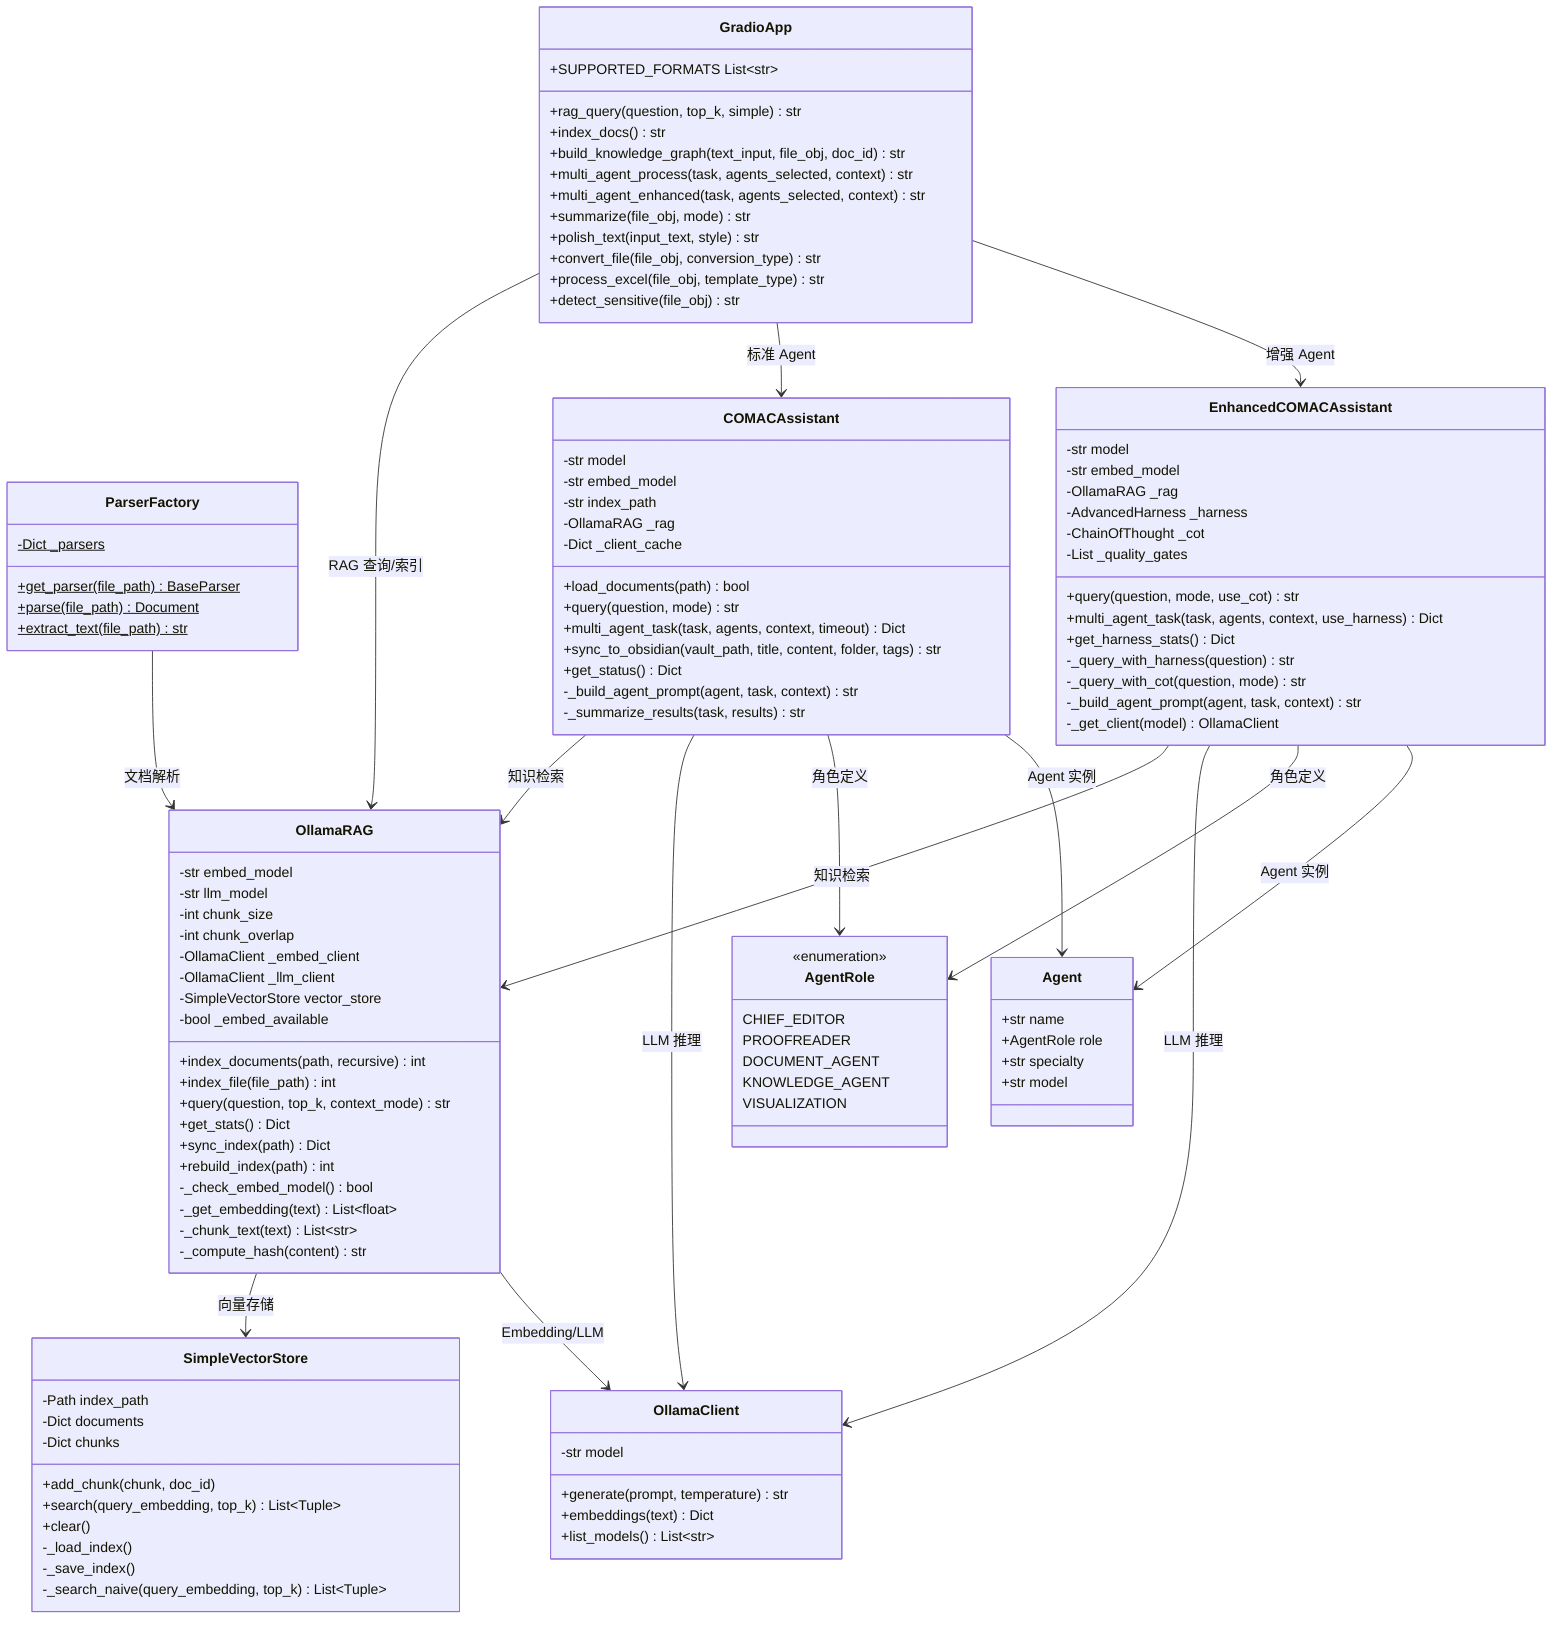
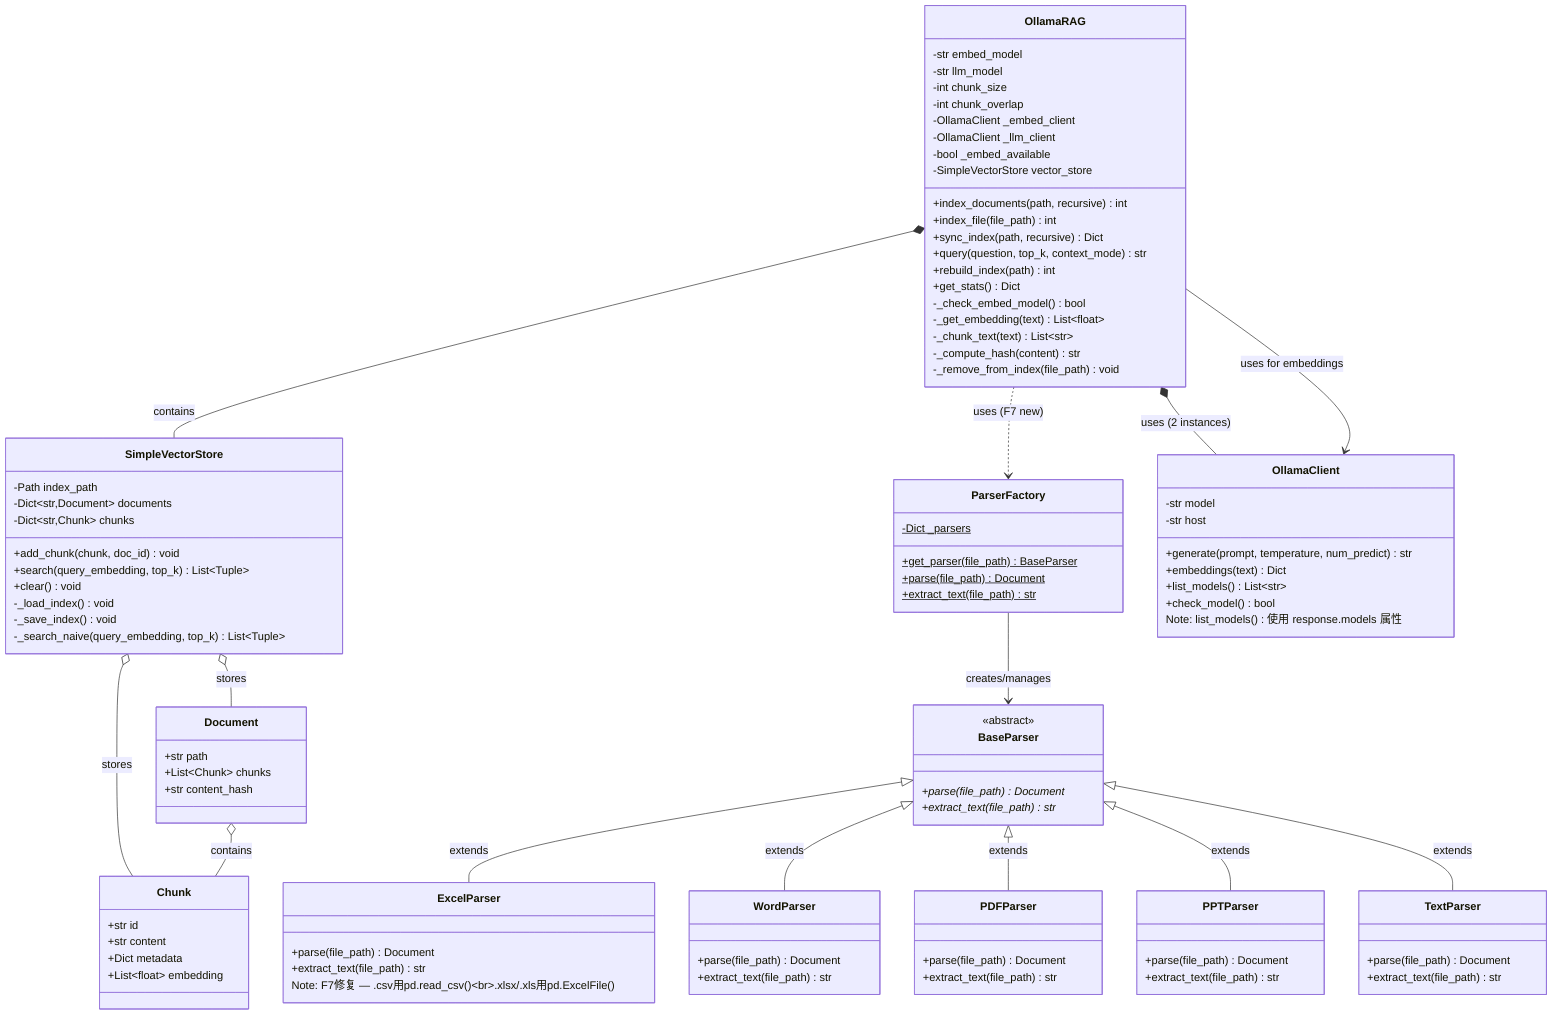
classDiagram
-     class ParserFactory {
-         -Dict _parsers$
-         +get_parser(file_path)$ BaseParser
-         +parse(file_path)$ Document
-         +extract_text(file_path)$ str
-     }
+     %% ============================================================
+     %% RAG 引擎核心类（F7 修复后）
+     %% ============================================================

    class OllamaRAG {
        -str embed_model
        -str llm_model
        -int chunk_size
        -int chunk_overlap
        -OllamaClient _embed_client
        -OllamaClient _llm_client
+         -bool _embed_available
        -SimpleVectorStore vector_store
-         -bool _embed_available
        +index_documents(path, recursive) int
        +index_file(file_path) int
+         +sync_index(path, recursive) Dict
        +query(question, top_k, context_mode) str
+         +rebuild_index(path) int
        +get_stats() Dict
-         +sync_index(path) Dict
-         +rebuild_index(path) int
        -_check_embed_model() bool
        -_get_embedding(text) List~float~
        -_chunk_text(text) List~str~
        -_compute_hash(content) str
+         -_remove_from_index(file_path) void
    }

    class SimpleVectorStore {
        -Path index_path
-         -Dict documents
-         -Dict chunks
-         +add_chunk(chunk, doc_id)
+         -Dict~str,Document~ documents
+         -Dict~str,Chunk~ chunks
+         +add_chunk(chunk, doc_id) void
        +search(query_embedding, top_k) List~Tuple~
-         +clear()
-         -_load_index()
-         -_save_index()
+         +clear() void
+         -_load_index() void
+         -_save_index() void
        -_search_naive(query_embedding, top_k) List~Tuple~
    }

-     class COMACAssistant {
-         -str model
-         -str embed_model
-         -str index_path
-         -OllamaRAG _rag
-         -Dict _client_cache
-         +load_documents(path) bool
-         +query(question, mode) str
-         +multi_agent_task(task, agents, context, timeout) Dict
-         +sync_to_obsidian(vault_path, title, content, folder, tags) str
-         +get_status() Dict
-         -_build_agent_prompt(agent, task, context) str
-         -_summarize_results(task, results) str
+     class Chunk {
+         +str id
+         +str content
+         +Dict metadata
+         +List~float~ embedding
    }

-     class EnhancedCOMACAssistant {
-         -str model
-         -str embed_model
-         -OllamaRAG _rag
-         -AdvancedHarness _harness
-         -ChainOfThought _cot
-         -List _quality_gates
-         +query(question, mode, use_cot) str
-         +multi_agent_task(task, agents, context, use_harness) Dict
-         +get_harness_stats() Dict
-         -_query_with_harness(question) str
-         -_query_with_cot(question, mode) str
-         -_build_agent_prompt(agent, task, context) str
-         -_get_client(model) OllamaClient
+     class Document {
+         +str path
+         +List~Chunk~ chunks
+         +str content_hash
    }

-     class GradioApp {
-         +SUPPORTED_FORMATS List~str~
-         +rag_query(question, top_k, simple) str
-         +index_docs() str
-         +build_knowledge_graph(text_input, file_obj, doc_id) str
-         +multi_agent_process(task, agents_selected, context) str
-         +multi_agent_enhanced(task, agents_selected, context) str
-         +summarize(file_obj, mode) str
-         +polish_text(input_text, style) str
-         +convert_file(file_obj, conversion_type) str
-         +process_excel(file_obj, template_type) str
-         +detect_sensitive(file_obj) str
+     %% ============================================================
+     %% 解析器类层次（F7 修复后）
+     %% ============================================================
+ 
+     class BaseParser {
+         <<abstract>>
+         +parse(file_path)* Document
+         +extract_text(file_path)* str
    }

-     class AgentRole {
-         <<enumeration>>
-         CHIEF_EDITOR
-         PROOFREADER
-         DOCUMENT_AGENT
-         KNOWLEDGE_AGENT
-         VISUALIZATION
+     class ParserFactory {
+         -Dict _parsers$
+         +get_parser(file_path)$ BaseParser
+         +parse(file_path)$ Document
+         +extract_text(file_path)$ str
    }

-     class Agent {
-         +str name
-         +AgentRole role
-         +str specialty
-         +str model
+     class ExcelParser {
+         +parse(file_path) Document
+         +extract_text(file_path) str
+         Note: F7修复 — .csv用pd.read_csv()<br/>.xlsx/.xls用pd.ExcelFile()
    }
+ 
+     class WordParser {
+         +parse(file_path) Document
+         +extract_text(file_path) str
+     }
+ 
+     class PDFParser {
+         +parse(file_path) Document
+         +extract_text(file_path) str
+     }
+ 
+     class PPTParser {
+         +parse(file_path) Document
+         +extract_text(file_path) str
+     }
+ 
+     class TextParser {
+         +parse(file_path) Document
+         +extract_text(file_path) str
+     }
+ 
+     %% ============================================================
+     %% Ollama 客户端（无变更）
+     %% ============================================================

    class OllamaClient {
        -str model
-         +generate(prompt, temperature) str
+         -str host
+         +generate(prompt, temperature, num_predict) str
        +embeddings(text) Dict
        +list_models() List~str~
+         +check_model() bool
+         Note: list_models() 使用 response.models 属性
    }

-     ParserFactory --> OllamaRAG : 文档解析
-     GradioApp --> OllamaRAG : RAG 查询/索引
-     GradioApp --> COMACAssistant : 标准 Agent
-     GradioApp --> EnhancedCOMACAssistant : 增强 Agent
-     COMACAssistant --> OllamaRAG : 知识检索
-     COMACAssistant --> OllamaClient : LLM 推理
-     COMACAssistant --> AgentRole : 角色定义
-     COMACAssistant --> Agent : Agent 实例
-     EnhancedCOMACAssistant --> OllamaRAG : 知识检索
-     EnhancedCOMACAssistant --> OllamaClient : LLM 推理
-     EnhancedCOMACAssistant --> AgentRole : 角色定义
-     EnhancedCOMACAssistant --> Agent : Agent 实例
-     OllamaRAG --> SimpleVectorStore : 向量存储
-     OllamaRAG --> OllamaClient : Embedding/LLM
+     %% ============================================================
+     %% 关系
+     %% ============================================================
+ 
+     OllamaRAG *-- SimpleVectorStore : contains
+     OllamaRAG *-- OllamaClient : uses (2 instances)
+     SimpleVectorStore o-- Chunk : stores
+     SimpleVectorStore o-- Document : stores
+     Document o-- Chunk : contains
+ 
+     BaseParser <|-- ExcelParser : extends
+     BaseParser <|-- WordParser : extends
+     BaseParser <|-- PDFParser : extends
+     BaseParser <|-- PPTParser : extends
+     BaseParser <|-- TextParser : extends
+ 
+     ParserFactory --> BaseParser : creates/manages
+     OllamaRAG ..> ParserFactory : uses (F7 new)
+     OllamaRAG --> OllamaClient : uses for embeddings
